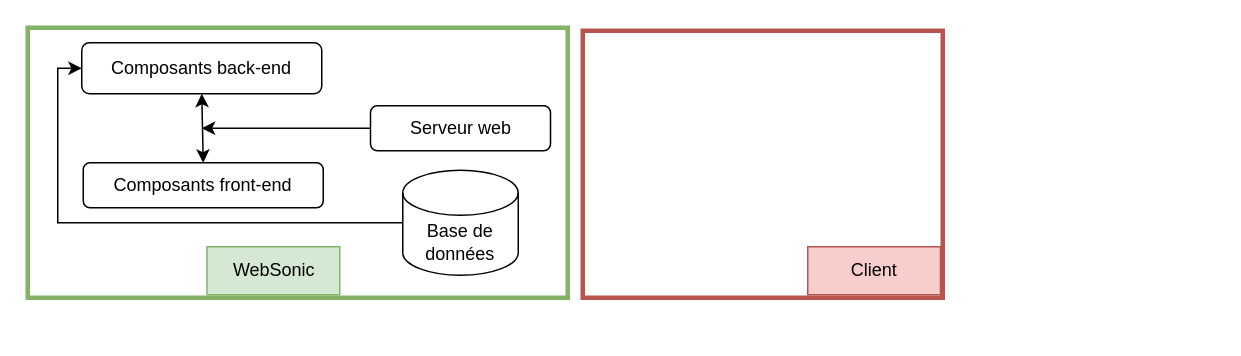
This is WebSonic architecture base applicative.drawio from cjour/audit_logistics, a draw.io file, before an edit. Source tidied: cells renumbered, new cells numbered last; positions are measured from the earlier drawing's top-left corner, leaving out a move shared by most shapes. Both pictures are drawn from the tidied source at 150%, with x=0, y=0 at pixel (27, 27).
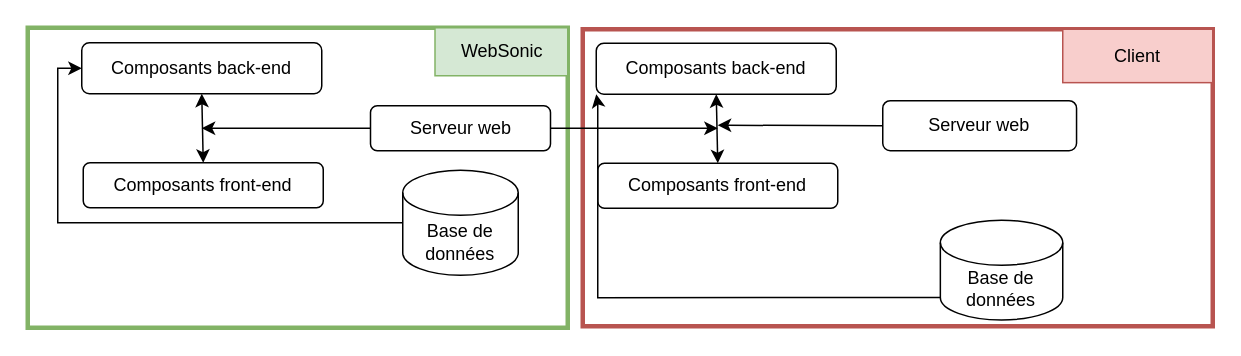
The same diagram, later.

Commit message:
Mettre à jour WebSonic architecture base applicative.drawio

The change refers to these unchanged cells:
```xml
<mxCell id="10" value="&lt;div&gt;Serveur web&lt;/div&gt;" style="rounded=1;whiteSpace=wrap;html=1;" parent="1" vertex="1">
  <mxGeometry x="228.5" y="52" width="120" height="30" as="geometry" />
</mxCell>
```

Diff of the diagram source:
```diff
@@
     <mxCell id="2" style="rounded=0;whiteSpace=wrap;html=1;fillColor=none;strokeColor=#82b366;strokeWidth=3;" parent="1" vertex="1">
-      <mxGeometry width="360" height="180" as="geometry" />
+      <mxGeometry width="360" height="200" as="geometry" />
     </mxCell>
     <mxCell id="3" value="WebSonic" style="rounded=0;whiteSpace=wrap;html=1;fillColor=#d5e8d4;strokeColor=#82b366;" parent="1" vertex="1">
-      <mxGeometry x="119.5" y="146" width="88.5" height="32" as="geometry" />
+      <mxGeometry x="271.5" width="88.5" height="32" as="geometry" />
     </mxCell>
@@
     <mxCell id="11" style="group;" parent="1" vertex="1">
-      <mxGeometry x="370" y="2" width="240" height="178" as="geometry" />
+      <mxGeometry x="370" y="1" width="420" height="198" as="geometry" />
     </mxCell>
     <mxCell id="12" style="rounded=0;whiteSpace=wrap;html=1;fillColor=none;strokeColor=#b85450;strokeWidth=3;" parent="11" vertex="1">
-      <mxGeometry width="240" height="178" as="geometry" />
+      <mxGeometry width="420" height="198" as="geometry" />
     </mxCell>
     <mxCell id="13" value="Client" style="rounded=0;whiteSpace=wrap;html=1;fillColor=#f8cecc;strokeColor=#b85450;" parent="11" vertex="1">
-      <mxGeometry x="150" y="144" width="88.5" height="32" as="geometry" />
+      <mxGeometry x="320" width="100" height="35.6" as="geometry" />
     </mxCell>
+    <mxCell id="14" value="Base de données" style="shape=cylinder3;whiteSpace=wrap;html=1;boundedLbl=1;backgroundOutline=1;size=15;" parent="11" vertex="1">
+      <mxGeometry x="238.4" y="127.3" width="81.6" height="66.5" as="geometry" />
+    </mxCell>
+    <mxCell id="15" value="&lt;div&gt;Serveur web&lt;/div&gt;" style="rounded=1;whiteSpace=wrap;html=1;" parent="11" vertex="1">
+      <mxGeometry x="200" y="47.6" width="129.2" height="33.4" as="geometry" />
+    </mxCell>
+    <mxCell id="16" value="Composants front-end" style="rounded=1;whiteSpace=wrap;html=1;" parent="11" vertex="1">
+      <mxGeometry x="10" y="89.3" width="160" height="30" as="geometry" />
+    </mxCell>
+    <mxCell id="17" value="Composants back-end" style="rounded=1;whiteSpace=wrap;html=1;" parent="11" vertex="1">
+      <mxGeometry x="9" y="9.3" width="160" height="34" as="geometry" />
+    </mxCell>
+    <mxCell id="18" style="endArrow=classic;startArrow=classic;html=1;rounded=0;exitX=0.5;exitY=0;exitDx=0;exitDy=0;entryX=0.5;entryY=1;entryDx=0;entryDy=0;" parent="11" edge="1" source="16" target="17">
+      <mxGeometry relative="1" as="geometry" />
+    </mxCell>
+    <mxCell id="19" style="endArrow=none;html=1;rounded=0;entryX=0;entryY=1;entryDx=0;entryDy=-15;entryPerimeter=0;endFill=0;startArrow=classic;startFill=1;exitX=0;exitY=1;exitDx=0;exitDy=0;" parent="11" edge="1" source="17" target="14">
+      <mxGeometry relative="1" as="geometry">
+        <Array as="points">
+          <mxPoint x="10" y="49" />
+          <mxPoint x="10" y="179" />
+        </Array>
+      </mxGeometry>
+    </mxCell>
+    <mxCell id="20" style="endArrow=classic;html=1;rounded=0;exitX=1;exitY=0.5;exitDx=0;exitDy=0;" parent="1" edge="1" source="10">
+      <mxGeometry relative="1" as="geometry">
+        <mxPoint x="460" y="67" as="targetPoint" />
+      </mxGeometry>
+    </mxCell>
+    <mxCell id="21" style="endArrow=none;html=1;rounded=0;entryX=0;entryY=0.5;entryDx=0;entryDy=0;startArrow=classic;startFill=1;endFill=0;" parent="1" edge="1" target="15">
+      <mxGeometry relative="1" as="geometry">
+        <mxPoint x="460" y="65" as="sourcePoint" />
+      </mxGeometry>
+    </mxCell>
```
